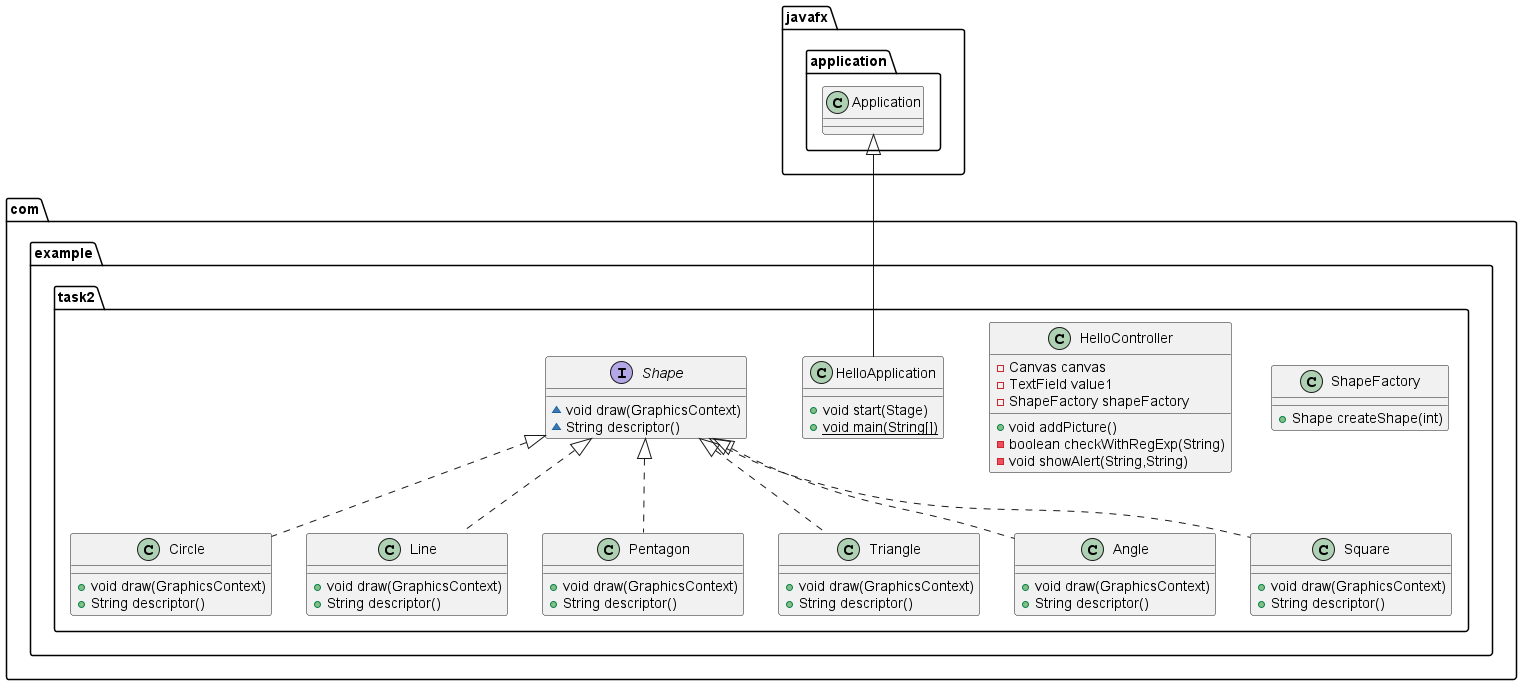
Earlier version of the PlantUML export ClassDiagram-task2.png (23yulia03/Task2).
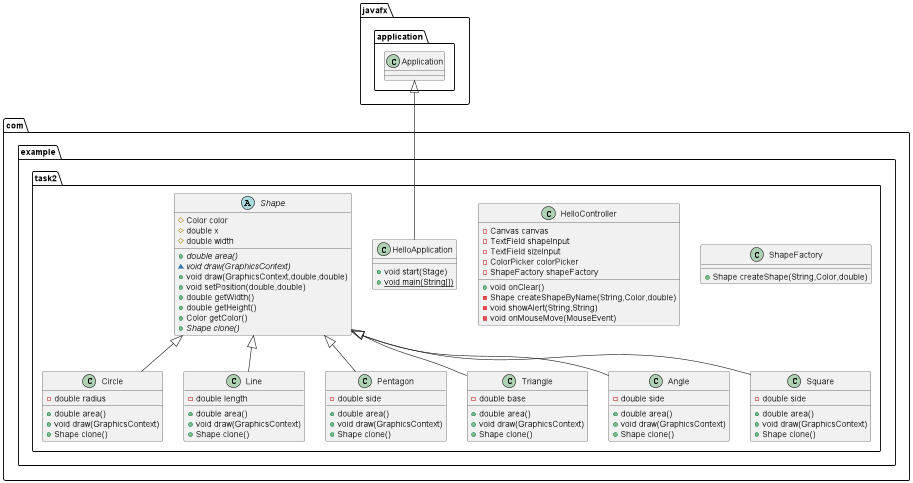
The same file after the commit.

Commit message:
Изменена диаграмма классов

Diff of the diagram source:
```diff
@@ -1,20 +1,26 @@
 @startuml
 class com.example.task2.ShapeFactory {
-+ Shape createShape(int)
++ Shape createShape(String,Color,double)
 }
 
 class com.example.task2.Circle {
+- double radius
++ double area()
 + void draw(GraphicsContext)
-+ String descriptor()
++ Shape clone()
 }
+
 
 class com.example.task2.HelloController {
 - Canvas canvas
-- TextField value1
+- TextField shapeInput
+- TextField sizeInput
+- ColorPicker colorPicker
 - ShapeFactory shapeFactory
-+ void addPicture()
-- boolean checkWithRegExp(String)
++ void onClear()
+- Shape createShapeByName(String,Color,double)
 - void showAlert(String,String)
+- void onMouseMove(MouseEvent)
 }
 
 
@@ -23,43 +29,68 @@
 + {static} void main(String[])
 }
 
-interface com.example.task2.Shape {
-~ void draw(GraphicsContext)
-~ String descriptor()
+abstract class com.example.task2.Shape {
+# Color color
+# double x
+# double width
++ {abstract}double area()
+~ {abstract}void draw(GraphicsContext)
++ void draw(GraphicsContext,double,double)
++ void setPosition(double,double)
++ double getWidth()
++ double getHeight()
++ Color getColor()
++ {abstract}Shape clone()
 }
 
+
 class com.example.task2.Line {
+- double length
++ double area()
 + void draw(GraphicsContext)
-+ String descriptor()
++ Shape clone()
 }
 
+
 class com.example.task2.Pentagon {
+- double side
++ double area()
 + void draw(GraphicsContext)
-+ String descriptor()
++ Shape clone()
 }
 
+
 class com.example.task2.Triangle {
+- double base
++ double area()
 + void draw(GraphicsContext)
-+ String descriptor()
++ Shape clone()
 }
 
+
 class com.example.task2.Angle {
+- double side
++ double area()
 + void draw(GraphicsContext)
-+ String descriptor()
++ Shape clone()
 }
 
+
 class com.example.task2.Square {
+- double side
++ double area()
 + void draw(GraphicsContext)
-+ String descriptor()
++ Shape clone()
 }
 
 
 
-com.example.task2.Shape <|.. com.example.task2.Circle
+
+com.example.task2.Shape <|-- com.example.task2.Circle
 javafx.application.Application <|-- com.example.task2.HelloApplication
-com.example.task2.Shape <|.. com.example.task2.Line
-com.example.task2.Shape <|.. com.example.task2.Pentagon
-com.example.task2.Shape <|.. com.example.task2.Triangle
-com.example.task2.Shape <|.. com.example.task2.Angle
-com.example.task2.Shape <|.. com.example.task2.Square
+com.example.task2.Shape <|-- com.example.task2.Line
+com.example.task2.Shape <|-- com.example.task2.Pentagon
+com.example.task2.Shape <|-- com.example.task2.Triangle
+com.example.task2.Shape <|-- com.example.task2.Angle
+com.example.task2.Shape <|-- com.example.task2.Square
 @enduml
```
